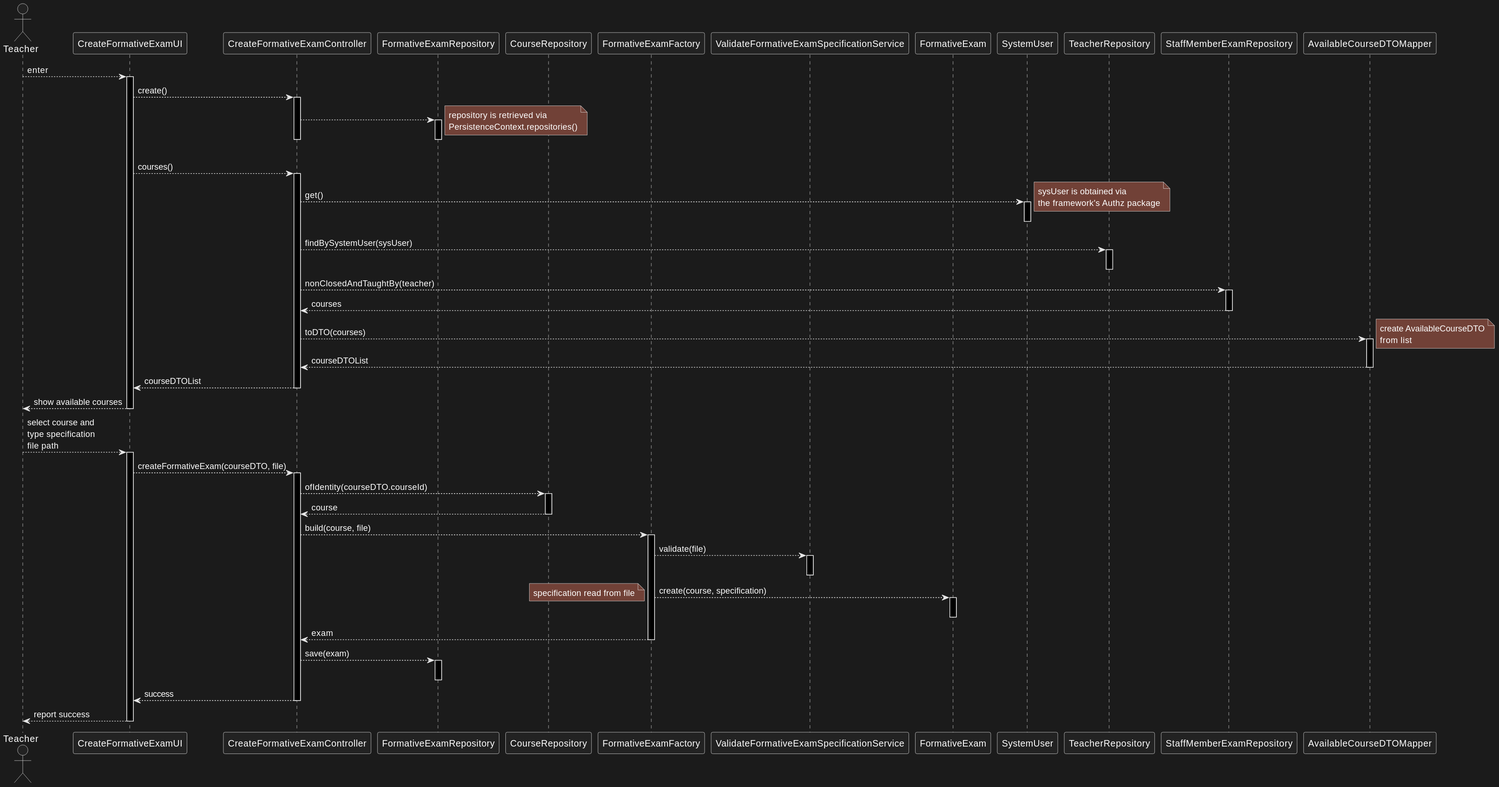
Earlier version of the PlantUML export docs/us_2008/sd.svg (jovami/isep-lapr4).
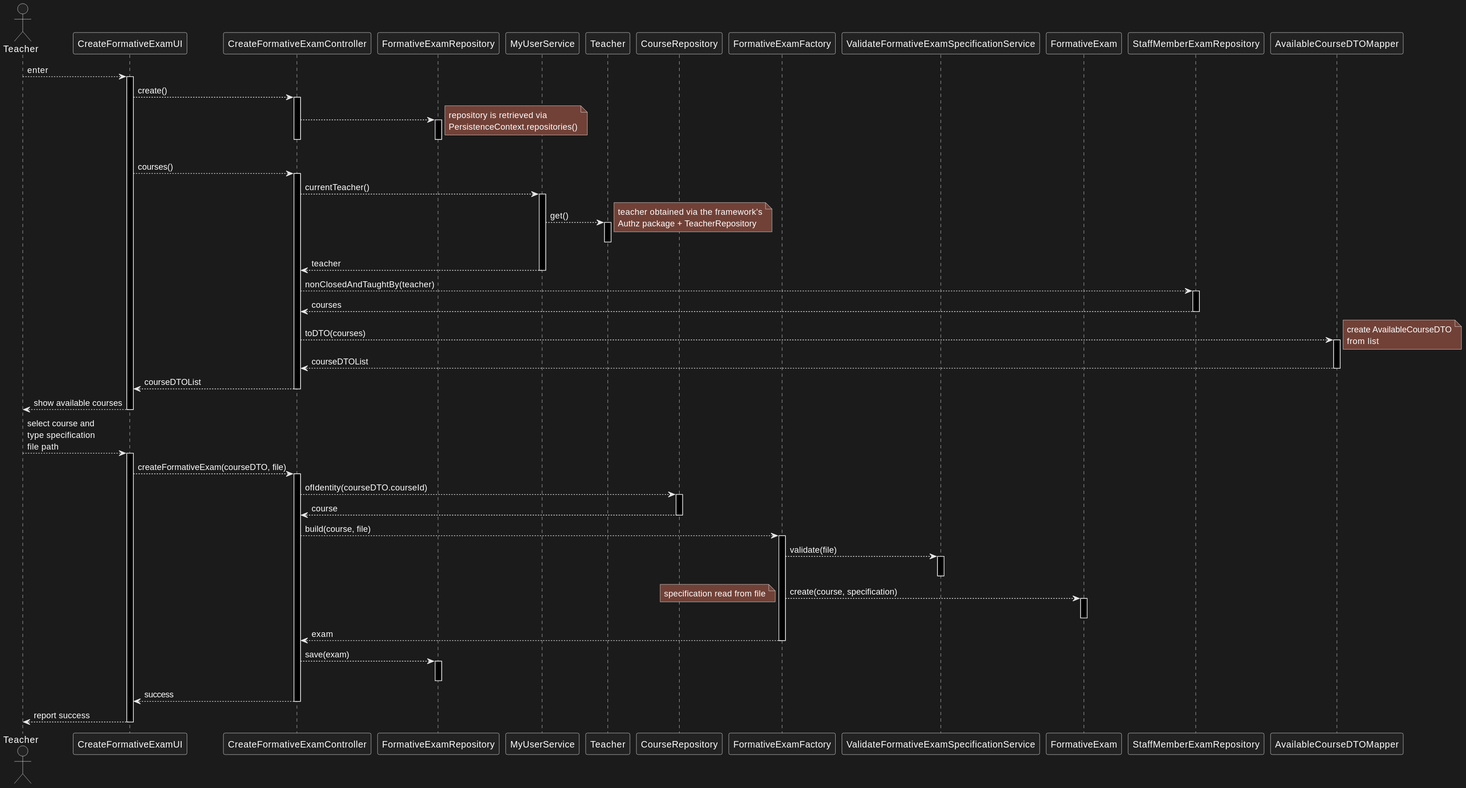
After the change.

Change to the diagram source:
```diff
@@ -4,6 +4,10 @@
 participant CreateFormativeExamController as ctrl
 
 participant FormativeExamRepository as repo
+
+participant MyUserService as user_svc
+participant Teacher as teacher
+
 participant CourseRepository as c_repo
 
 participant FormativeExamFactory as fact
@@ -12,9 +16,6 @@
 participant FormativeExam as exam
 
 
-participant SystemUser as sys_usr
-
-participant TeacherRepository as t_repo
 participant StaffMemberExamRepository as sm_repo
 
 participant AvailableCourseDTOMapper as mapper
@@ -37,14 +38,14 @@
 
     ui --> ctrl : courses()
     activate ctrl
-        ctrl --> sys_usr : get()
-        activate sys_usr
-            note right : sysUser is obtained via\nthe framework's Authz package
-        deactivate sys_usr
-
-        ctrl --> t_repo : findBySystemUser(sysUser)
-        activate t_repo
-        deactivate t_repo
+        ctrl --> user_svc : currentTeacher()
+        activate user_svc
+            user_svc --> teacher : get()
+            activate teacher
+            deactivate teacher
+            note right : teacher obtained via the framework's\nAuthz package + TeacherRepository
+            user_svc --> ctrl : teacher
+        deactivate user_svc
 
         ctrl --> sm_repo : nonClosedAndTaughtBy(teacher)
         activate sm_repo
```
